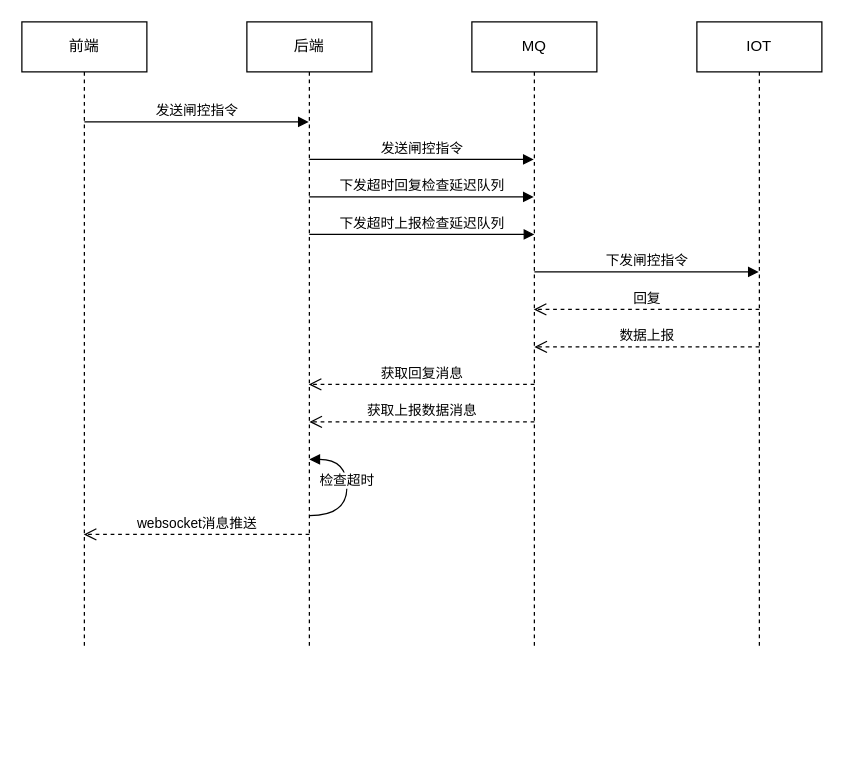
The draw.io diagram 未命名绘图.drawio in shinyatime/learngit, before the edit. Source tidied: cells renumbered, new cells numbered last; positions are measured from the earlier drawing's top-left corner, leaving out a move shared by most shapes. Both pictures are drawn from the tidied source at 125%, with x=0, y=0 at pixel (21, 21).
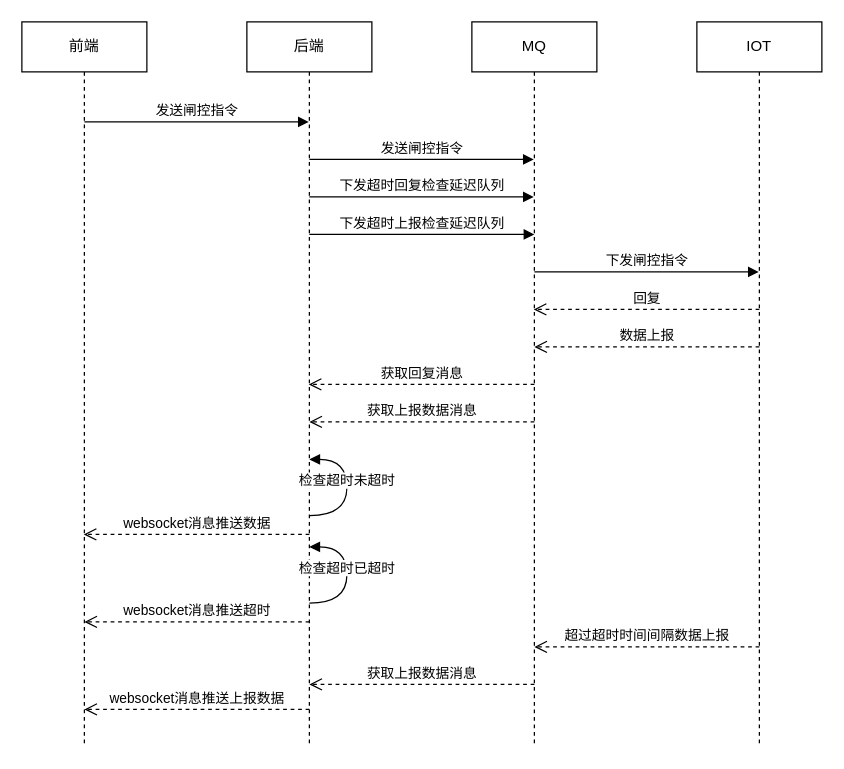
The same page after the edit.

The edit, as a diff of the source:
```diff
@@
     <mxCell id="2" value="前端" style="shape=umlLifeline;perimeter=lifelinePerimeter;whiteSpace=wrap;html=1;outlineConnect=0;portConstraint=eastwest;newEdgeStyle={&quot;curved&quot;:0,&quot;rounded&quot;:0};" parent="1" vertex="1">
-      <mxGeometry width="100" height="500" as="geometry" />
+      <mxGeometry width="100" height="580" as="geometry" />
     </mxCell>
     <mxCell id="3" value="后端" style="shape=umlLifeline;perimeter=lifelinePerimeter;whiteSpace=wrap;html=1;outlineConnect=0;portConstraint=eastwest;newEdgeStyle={&quot;curved&quot;:0,&quot;rounded&quot;:0};" parent="1" vertex="1">
-      <mxGeometry x="180" width="100" height="500" as="geometry" />
+      <mxGeometry x="180" width="100" height="580" as="geometry" />
     </mxCell>
     <mxCell id="4" value="MQ" style="shape=umlLifeline;perimeter=lifelinePerimeter;whiteSpace=wrap;html=1;outlineConnect=0;portConstraint=eastwest;newEdgeStyle={&quot;curved&quot;:0,&quot;rounded&quot;:0};" parent="1" vertex="1">
-      <mxGeometry x="360" width="100" height="500" as="geometry" />
+      <mxGeometry x="360" width="100" height="580" as="geometry" />
     </mxCell>
     <mxCell id="5" value="IOT" style="shape=umlLifeline;perimeter=lifelinePerimeter;whiteSpace=wrap;html=1;newEdgeStyle={&quot;curved&quot;:0,&quot;rounded&quot;:0};" parent="1" vertex="1">
-      <mxGeometry x="540" width="100" height="500" as="geometry" />
+      <mxGeometry x="540" width="100" height="580" as="geometry" />
     </mxCell>
@@
-    <mxCell id="15" value="检查超时" style="html=1;verticalAlign=bottom;endArrow=block;curved=1;rounded=0;edgeStyle=orthogonalEdgeStyle;" parent="1" edge="1">
+    <mxCell id="15" value="检查超时未超时" style="html=1;verticalAlign=bottom;endArrow=block;curved=1;rounded=0;edgeStyle=orthogonalEdgeStyle;" parent="1" edge="1">
       <mxGeometry x="-0.06" relative="1" as="geometry">
         <mxPoint x="230" y="395" as="sourcePoint" />
         <mxPoint x="230" y="350" as="targetPoint" />
         <Array as="points">
           <mxPoint x="260" y="395" />
           <mxPoint x="260" y="350" />
           <mxPoint x="230" y="350" />
         </Array>
       </mxGeometry>
     </mxCell>
-    <mxCell id="16" value="websocket消息推送" style="html=1;verticalAlign=bottom;endArrow=open;dashed=1;endSize=8;curved=0;rounded=0;" parent="1" edge="1" target="2">
+    <mxCell id="16" value="websocket消息推送数据" style="html=1;verticalAlign=bottom;endArrow=open;dashed=1;endSize=8;curved=0;rounded=0;" parent="1" edge="1" target="2">
       <mxGeometry relative="1" as="geometry">
         <mxPoint x="230" y="410" as="sourcePoint" />
       </mxGeometry>
     </mxCell>
+    <mxCell id="17" value="超过超时时间间隔数据上报" style="html=1;verticalAlign=bottom;endArrow=open;dashed=1;endSize=8;curved=0;rounded=0;" parent="1" edge="1">
+      <mxGeometry relative="1" as="geometry">
+        <mxPoint x="590" y="500" as="sourcePoint" />
+        <mxPoint x="410" y="500" as="targetPoint" />
+      </mxGeometry>
+    </mxCell>
+    <mxCell id="18" value="获取上报数据消息" style="html=1;verticalAlign=bottom;endArrow=open;dashed=1;endSize=8;curved=0;rounded=0;" parent="1" edge="1">
+      <mxGeometry relative="1" as="geometry">
+        <mxPoint x="410" y="530" as="sourcePoint" />
+        <mxPoint x="230" y="530" as="targetPoint" />
+      </mxGeometry>
+    </mxCell>
+    <mxCell id="19" value="检查超时已超时" style="html=1;verticalAlign=bottom;endArrow=block;curved=1;rounded=0;edgeStyle=orthogonalEdgeStyle;" parent="1" edge="1">
+      <mxGeometry x="-0.06" relative="1" as="geometry">
+        <mxPoint x="230" y="465" as="sourcePoint" />
+        <mxPoint x="230" y="420" as="targetPoint" />
+        <Array as="points">
+          <mxPoint x="260" y="465" />
+          <mxPoint x="260" y="420" />
+          <mxPoint x="230" y="420" />
+        </Array>
+      </mxGeometry>
+    </mxCell>
+    <mxCell id="20" value="websocket消息推送超时" style="html=1;verticalAlign=bottom;endArrow=open;dashed=1;endSize=8;curved=0;rounded=0;" parent="1" edge="1">
+      <mxGeometry relative="1" as="geometry">
+        <mxPoint x="230" y="480" as="sourcePoint" />
+        <mxPoint x="50" y="480" as="targetPoint" />
+      </mxGeometry>
+    </mxCell>
+    <mxCell id="21" value="websocket消息推送上报数据" style="html=1;verticalAlign=bottom;endArrow=open;dashed=1;endSize=8;curved=0;rounded=0;" parent="1" edge="1">
+      <mxGeometry relative="1" as="geometry">
+        <mxPoint x="230" y="550" as="sourcePoint" />
+        <mxPoint x="50" y="550" as="targetPoint" />
+      </mxGeometry>
+    </mxCell>
```
